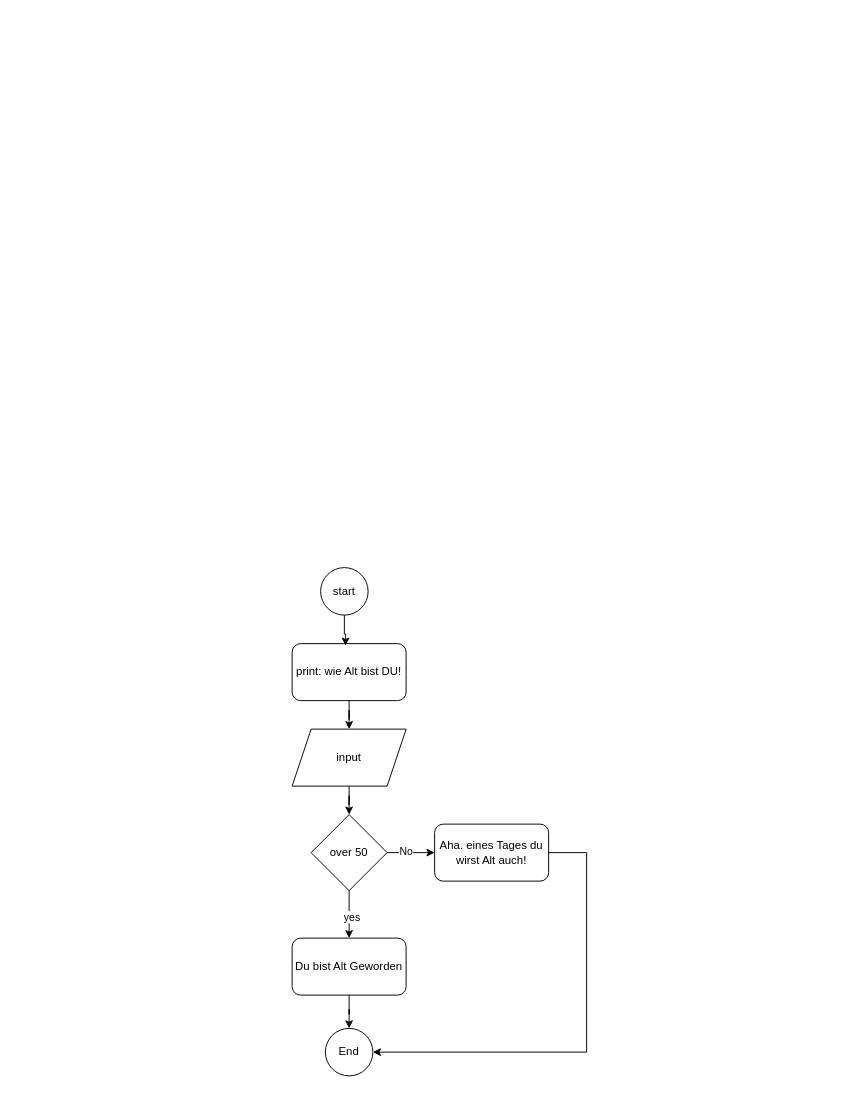
This is docs/day3/age_machine.drawio from secure73/Python_25_02_FI_VZ_a, a draw.io file, before an edit. Source tidied: cells renumbered, new cells numbered last; positions are measured from the earlier drawing's top-left corner, leaving out a move shared by most shapes. Both pictures are drawn from the tidied source at 95%, with x=0, y=0 at pixel (292, 567).
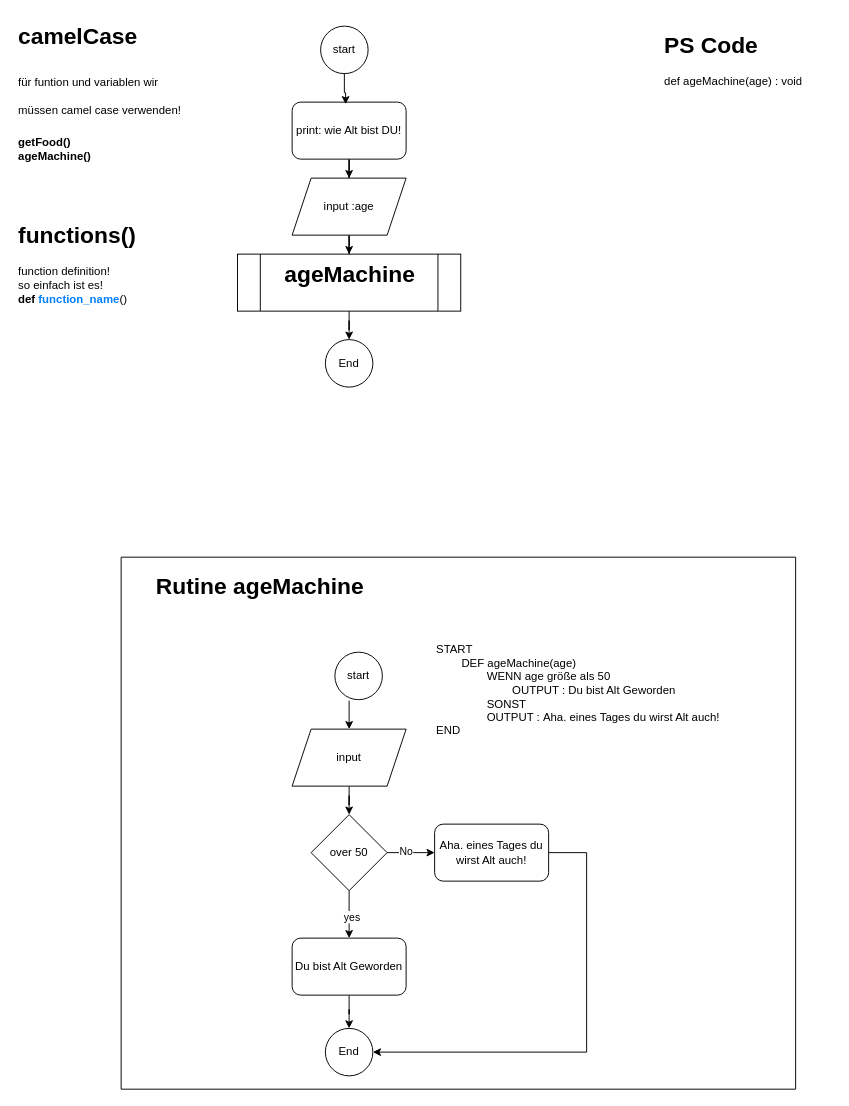
After the change.

Commit message (it also covers changes not shown here):
ageMachine function flowchard and PS code

Unchanged cells that the change refers to:
```xml
<mxCell id="5" value="input" style="shape=parallelogram;perimeter=parallelogramPerimeter;whiteSpace=wrap;html=1;fixedSize=1;" parent="1" vertex="1">
  <mxGeometry y="170" width="120" height="60" as="geometry" />
</mxCell>
<mxCell id="15" value="Du bist Alt Geworden" style="rounded=1;whiteSpace=wrap;html=1;" parent="1" vertex="1">
  <mxGeometry y="390" width="120" height="60" as="geometry" />
</mxCell>
<mxCell id="17" value="Aha. eines Tages du wirst Alt auch!" style="rounded=1;whiteSpace=wrap;html=1;" parent="1" vertex="1">
  <mxGeometry x="150" y="270" width="120" height="60" as="geometry" />
</mxCell>
```

What changed in the source:
```diff
@@
     <mxCell id="2" value="start" style="ellipse;whiteSpace=wrap;html=1;" parent="1" vertex="1">
-      <mxGeometry x="30" width="50" height="50" as="geometry" />
+      <mxGeometry x="30" y="-570" width="50" height="50" as="geometry" />
     </mxCell>
     <mxCell id="3" value="End" style="ellipse;whiteSpace=wrap;html=1;" parent="1" vertex="1">
-      <mxGeometry x="35" y="485" width="50" height="50" as="geometry" />
+      <mxGeometry x="35" y="-240" width="50" height="50" as="geometry" />
     </mxCell>
+    <mxCell id="18" style="edgeStyle=orthogonalEdgeStyle;rounded=0;jettySize=auto;html=1;" parent="1" edge="1" source="7" target="33">
+      <mxGeometry relative="1" as="geometry" />
+    </mxCell>
+    <mxCell id="7" value="print: wie Alt bist DU!" style="rounded=1;whiteSpace=wrap;html=1;" parent="1" vertex="1">
+      <mxGeometry y="-490" width="120" height="60" as="geometry" />
+    </mxCell>
+    <mxCell id="8" style="edgeStyle=orthogonalEdgeStyle;rounded=0;jettySize=auto;html=1;entryX=0.469;entryY=0.036;entryDx=0;entryDy=0;entryPerimeter=0;" parent="1" edge="1" source="2" target="7">
+      <mxGeometry relative="1" as="geometry" />
+    </mxCell>
+    <mxCell id="19" value="&lt;h1 style=&quot;margin-top: 0px;&quot;&gt;functions()&amp;nbsp;&lt;/h1&gt;&lt;div&gt;function definition!&amp;nbsp;&lt;/div&gt;&lt;div&gt;so einfach ist es!&lt;/div&gt;&lt;div&gt;&lt;b&gt;def &lt;/b&gt;&lt;font style=&quot;color: rgb(0, 127, 255);&quot;&gt;&lt;b&gt;function_name&lt;/b&gt;&lt;/font&gt;()&lt;/div&gt;&lt;p&gt;&lt;br&gt;&lt;/p&gt;" style="text;html=1;whiteSpace=wrap;overflow=hidden;rounded=0;" parent="1" vertex="1">
+      <mxGeometry x="-290" y="-370" width="180" height="120" as="geometry" />
+    </mxCell>
+    <mxCell id="20" value="&lt;h1 style=&quot;margin-top: 0px;&quot;&gt;&lt;span style=&quot;background-color: transparent; color: light-dark(rgb(0, 0, 0), rgb(255, 255, 255));&quot;&gt;camelCase&amp;nbsp;&lt;/span&gt;&lt;/h1&gt;&lt;h1 style=&quot;margin-top: 0px;&quot;&gt;&lt;span style=&quot;background-color: transparent; color: light-dark(rgb(0, 0, 0), rgb(255, 255, 255)); font-size: 12px; font-weight: normal;&quot;&gt;für funtion und variablen wir müssen camel case verwenden!&amp;nbsp;&lt;/span&gt;&lt;/h1&gt;&lt;div&gt;&lt;span style=&quot;background-color: transparent; color: light-dark(rgb(0, 0, 0), rgb(255, 255, 255)); font-size: 12px;&quot;&gt;&lt;b&gt;getFood()&amp;nbsp;&lt;/b&gt;&lt;/span&gt;&lt;/div&gt;&lt;div&gt;&lt;span style=&quot;background-color: transparent; color: light-dark(rgb(0, 0, 0), rgb(255, 255, 255)); font-size: 12px;&quot;&gt;&lt;b&gt;ageMachine()&lt;/b&gt;&lt;/span&gt;&lt;/div&gt;&lt;h1 style=&quot;margin-top: 0px;&quot;&gt;&lt;br&gt;&lt;/h1&gt;" style="text;html=1;whiteSpace=wrap;overflow=hidden;rounded=0;" parent="1" vertex="1">
+      <mxGeometry x="-290" y="-580" width="180" height="180" as="geometry" />
+    </mxCell>
+    <mxCell id="21" value="&lt;h1 style=&quot;margin-top: 0px;&quot;&gt;PS Code&lt;/h1&gt;&lt;div&gt;def ageMachine(age) : void&lt;/div&gt;&lt;div&gt;&lt;span style=&quot;white-space: pre;&quot;&gt;&#9;&lt;/span&gt;&lt;span style=&quot;white-space: pre;&quot;&gt;&#9;&lt;/span&gt;&lt;br&gt;&lt;/div&gt;&lt;div&gt;&lt;span style=&quot;white-space: pre;&quot;&gt;&#9;&lt;/span&gt;&lt;br&gt;&lt;/div&gt;" style="text;html=1;whiteSpace=wrap;overflow=hidden;rounded=0;" parent="1" vertex="1">
+      <mxGeometry x="390" y="-570" width="180" height="120" as="geometry" />
+    </mxCell>
+    <mxCell id="22" value="End" style="ellipse;whiteSpace=wrap;html=1;" parent="1" vertex="1">
+      <mxGeometry x="35" y="485" width="50" height="50" as="geometry" />
+    </mxCell>
@@
-    <mxCell id="6" style="edgeStyle=orthogonalEdgeStyle;rounded=0;jettySize=auto;html=1;entryX=0.5;entryY=0;entryDx=0;entryDy=0;" parent="1" edge="1" source="7" target="5">
-      <mxGeometry relative="1" as="geometry" />
-    </mxCell>
-    <mxCell id="7" value="print: wie Alt bist DU!" style="rounded=1;whiteSpace=wrap;html=1;" parent="1" vertex="1">
-      <mxGeometry y="80" width="120" height="60" as="geometry" />
-    </mxCell>
-    <mxCell id="8" style="edgeStyle=orthogonalEdgeStyle;rounded=0;jettySize=auto;html=1;entryX=0.469;entryY=0.036;entryDx=0;entryDy=0;entryPerimeter=0;" parent="1" edge="1" source="2" target="7">
-      <mxGeometry relative="1" as="geometry" />
-    </mxCell>
+    <mxCell id="23" style="edgeStyle=orthogonalEdgeStyle;rounded=0;jettySize=auto;html=1;entryX=0.5;entryY=0;entryDx=0;entryDy=0;" parent="1" edge="1" target="5">
+      <mxGeometry relative="1" as="geometry">
+        <mxPoint x="60" y="140" as="sourcePoint" />
+      </mxGeometry>
+    </mxCell>
@@
-    <mxCell id="14" style="edgeStyle=orthogonalEdgeStyle;rounded=0;jettySize=auto;html=1;" parent="1" edge="1" source="15" target="3">
-      <mxGeometry relative="1" as="geometry" />
-    </mxCell>
+    <mxCell id="24" style="edgeStyle=orthogonalEdgeStyle;rounded=0;jettySize=auto;html=1;" parent="1" edge="1" source="15" target="22">
+      <mxGeometry relative="1" as="geometry" />
+    </mxCell>
@@
-    <mxCell id="16" style="edgeStyle=orthogonalEdgeStyle;rounded=0;jettySize=auto;html=1;entryX=1;entryY=0.5;entryDx=0;entryDy=0;" parent="1" edge="1" source="17" target="3">
-      <mxGeometry relative="1" as="geometry">
-        <Array as="points">
-          <mxPoint x="310" y="300" />
-          <mxPoint x="310" y="510" />
-        </Array>
-      </mxGeometry>
-    </mxCell>
+    <mxCell id="25" style="edgeStyle=orthogonalEdgeStyle;rounded=0;jettySize=auto;html=1;entryX=1;entryY=0.5;entryDx=0;entryDy=0;" parent="1" edge="1" source="17" target="22">
+      <mxGeometry relative="1" as="geometry">
+        <Array as="points">
+          <mxPoint x="310" y="300" />
+          <mxPoint x="310" y="510" />
+        </Array>
+      </mxGeometry>
+    </mxCell>
@@
+    <mxCell id="26" style="swimlane;startSize=0;" parent="1" vertex="1">
+      <mxGeometry x="-180" y="-11" width="710" height="560" as="geometry" />
+    </mxCell>
+    <mxCell id="27" value="start" style="ellipse;whiteSpace=wrap;html=1;" parent="26" vertex="1">
+      <mxGeometry x="225" y="100" width="50" height="50" as="geometry" />
+    </mxCell>
+    <mxCell id="28" value="&lt;h1 style=&quot;margin-top: 0px;&quot;&gt;Rutine ageMachine&lt;/h1&gt;" style="text;html=1;whiteSpace=wrap;overflow=hidden;rounded=0;" parent="26" vertex="1">
+      <mxGeometry x="35" y="10" width="240" height="50" as="geometry" />
+    </mxCell>
+    <mxCell id="29" value="&lt;span style=&quot;text-wrap-mode: nowrap; background-color: rgb(255, 255, 255);&quot;&gt;START&amp;nbsp;&lt;/span&gt;&lt;div style=&quot;text-wrap-mode: nowrap;&quot;&gt;&lt;span style=&quot;background-color: rgb(255, 255, 255);&quot;&gt;&lt;span style=&quot;white-space-collapse: preserve;&quot;&gt;&#9;&lt;/span&gt;DEF ageMachine(age)&lt;br&gt;&lt;/span&gt;&lt;/div&gt;&lt;div style=&quot;text-wrap-mode: nowrap;&quot;&gt;&lt;span style=&quot;background-color: rgb(255, 255, 255);&quot;&gt;&lt;span style=&quot;white-space-collapse: preserve;&quot;&gt;&#9;&lt;/span&gt;&lt;span style=&quot;white-space-collapse: preserve;&quot;&gt;&#9;&lt;/span&gt;WENN age größe als 50&lt;br&gt;&lt;/span&gt;&lt;/div&gt;&lt;div style=&quot;text-wrap-mode: nowrap;&quot;&gt;&lt;span style=&quot;background-color: rgb(255, 255, 255);&quot;&gt;&lt;span style=&quot;white-space-collapse: preserve;&quot;&gt;&#9;&lt;span style=&quot;white-space-collapse: preserve;&quot;&gt;&#9;&lt;/span&gt;&lt;span style=&quot;white-space-collapse: preserve;&quot;&gt;&#9;&lt;/span&gt;OUTPUT : &lt;/span&gt;&lt;span style=&quot;text-wrap-mode: wrap; color: light-dark(rgb(0, 0, 0), rgb(255, 255, 255));&quot;&gt;Du bist Alt Geworden&lt;/span&gt;&lt;br&gt;&lt;/span&gt;&lt;/div&gt;&lt;div style=&quot;text-wrap-mode: nowrap;&quot;&gt;&lt;span style=&quot;background-color: rgb(255, 255, 255);&quot;&gt;&lt;span style=&quot;text-wrap-mode: wrap; color: light-dark(rgb(0, 0, 0), rgb(255, 255, 255));&quot;&gt;&lt;span style=&quot;white-space: pre;&quot;&gt;&#9;&lt;/span&gt;&lt;span style=&quot;white-space: pre;&quot;&gt;&#9;&lt;/span&gt;SONST&lt;br&gt;&lt;/span&gt;&lt;/span&gt;&lt;/div&gt;&lt;div style=&quot;text-wrap-mode: nowrap;&quot;&gt;&lt;span style=&quot;color: light-dark(rgb(0, 0, 0), rgb(255, 255, 255)); text-wrap-mode: wrap;&quot;&gt;&lt;span style=&quot;white-space: pre;&quot;&gt;&#9;&lt;/span&gt;&lt;span style=&quot;white-space: pre;&quot;&gt;&#9;&lt;/span&gt;OUTPUT :&amp;nbsp;&lt;/span&gt;&lt;span style=&quot;color: light-dark(rgb(0, 0, 0), rgb(255, 255, 255)); text-wrap-mode: wrap;&quot;&gt;Aha. eines Tages du wirst Alt auch!&lt;/span&gt;&lt;/div&gt;&lt;div style=&quot;text-wrap-mode: nowrap;&quot;&gt;&lt;div&gt;&lt;span style=&quot;background-color: rgb(255, 255, 255);&quot;&gt;END&lt;/span&gt;&lt;/div&gt;&lt;/div&gt;" style="text;html=1;align=left;verticalAlign=middle;whiteSpace=wrap;rounded=0;" parent="26" vertex="1">
+      <mxGeometry x="330" y="70" width="350" height="140" as="geometry" />
+    </mxCell>
+    <mxCell id="30" style="edgeStyle=orthogonalEdgeStyle;rounded=0;jettySize=auto;html=1;" parent="1" edge="1" source="31" target="3">
+      <mxGeometry relative="1" as="geometry" />
+    </mxCell>
+    <mxCell id="31" value="&lt;h1 style=&quot;text-align: left; margin-top: 0px;&quot;&gt;ageMachine&lt;/h1&gt;" style="shape=process;whiteSpace=wrap;html=1;backgroundOutline=1;" parent="1" vertex="1">
+      <mxGeometry x="-57.5" y="-330" width="235" height="60" as="geometry" />
+    </mxCell>
+    <mxCell id="32" style="edgeStyle=orthogonalEdgeStyle;rounded=0;jettySize=auto;html=1;" parent="1" edge="1" source="33" target="31">
+      <mxGeometry relative="1" as="geometry" />
+    </mxCell>
+    <mxCell id="33" value="input :age" style="shape=parallelogram;perimeter=parallelogramPerimeter;whiteSpace=wrap;html=1;fixedSize=1;" parent="1" vertex="1">
+      <mxGeometry y="-410" width="120" height="60" as="geometry" />
+    </mxCell>
```
